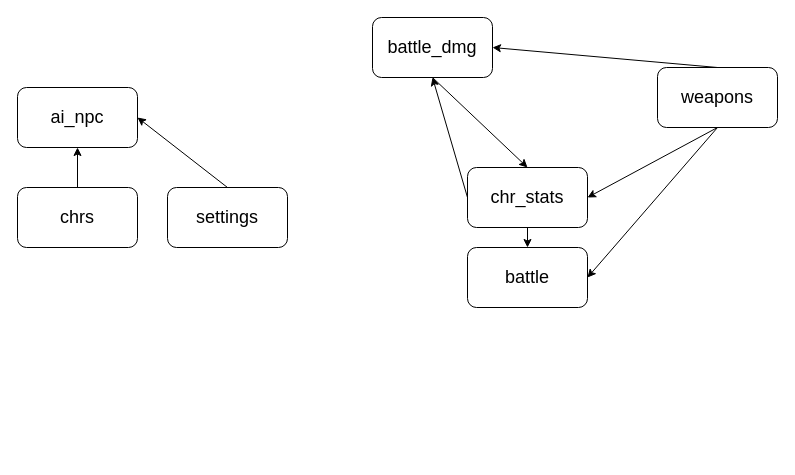
cbarraza815029/ai-txt-advn keeps this draw.io diagram as Py Module Interaction Diagram.drawio. Above is the earlier version. Source tidied: cells renumbered, new cells numbered last; positions are measured from the earlier drawing's top-left corner, leaving out a move shared by most shapes. Both pictures are drawn from the tidied source at 100%, with x=0, y=0 at pixel (17, 17).
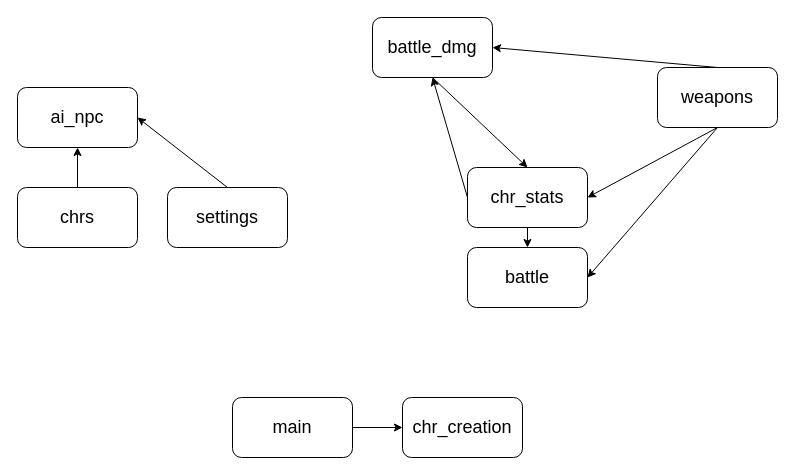
The same diagram, later.

Change to the diagram source:
```diff
@@
 <mxGraphModel>
   <root>
     <mxCell id="0" />
     <mxCell id="1" parent="0" />
     <mxCell id="2" value="&lt;font style=&quot;font-size: 18px;&quot;&gt;ai_npc&lt;/font&gt;" style="rounded=1;whiteSpace=wrap;html=1;" parent="1" vertex="1">
       <mxGeometry y="70" width="120" height="60" as="geometry" />
     </mxCell>
     <mxCell id="3" value="&lt;font style=&quot;font-size: 18px;&quot;&gt;battle&lt;/font&gt;" style="rounded=1;whiteSpace=wrap;html=1;" parent="1" vertex="1">
       <mxGeometry x="450" y="230" width="120" height="60" as="geometry" />
     </mxCell>
     <mxCell id="4" value="&lt;font style=&quot;font-size: 18px;&quot;&gt;chrs&lt;/font&gt;" style="rounded=1;whiteSpace=wrap;html=1;" parent="1" vertex="1">
       <mxGeometry y="170" width="120" height="60" as="geometry" />
     </mxCell>
     <mxCell id="5" value="&lt;font style=&quot;font-size: 18px;&quot;&gt;battle_dmg&lt;/font&gt;" style="rounded=1;whiteSpace=wrap;html=1;" parent="1" vertex="1">
       <mxGeometry x="355" width="120" height="60" as="geometry" />
     </mxCell>
     <mxCell id="6" value="&lt;font style=&quot;font-size: 18px;&quot;&gt;weapons&lt;/font&gt;" style="rounded=1;whiteSpace=wrap;html=1;" parent="1" vertex="1">
       <mxGeometry x="640" y="50" width="120" height="60" as="geometry" />
     </mxCell>
     <mxCell id="7" value="&lt;font style=&quot;font-size: 18px;&quot;&gt;chr_stats&lt;/font&gt;" style="rounded=1;whiteSpace=wrap;html=1;" parent="1" vertex="1">
       <mxGeometry x="450" y="150" width="120" height="60" as="geometry" />
     </mxCell>
     <mxCell id="8" value="&lt;font style=&quot;font-size: 18px;&quot;&gt;settings&lt;/font&gt;" style="rounded=1;whiteSpace=wrap;html=1;" parent="1" vertex="1">
       <mxGeometry x="150" y="170" width="120" height="60" as="geometry" />
     </mxCell>
     <mxCell id="9" style="endArrow=classic;html=1;rounded=0;entryX=0.5;entryY=1;entryDx=0;entryDy=0;" parent="1" edge="1" source="4" target="2">
       <mxGeometry relative="1" as="geometry" />
     </mxCell>
     <mxCell id="10" style="endArrow=classic;html=1;rounded=0;exitX=0.5;exitY=1;exitDx=0;exitDy=0;entryX=0.5;entryY=0;entryDx=0;entryDy=0;" parent="1" edge="1" source="5" target="7">
       <mxGeometry relative="1" as="geometry" />
     </mxCell>
     <mxCell id="11" style="endArrow=classic;html=1;rounded=0;exitX=0.5;exitY=1;exitDx=0;exitDy=0;" parent="1" edge="1" source="7" target="3">
       <mxGeometry relative="1" as="geometry" />
     </mxCell>
     <mxCell id="12" style="endArrow=classic;html=1;rounded=0;exitX=0.5;exitY=1;exitDx=0;exitDy=0;entryX=1;entryY=0.5;entryDx=0;entryDy=0;" parent="1" edge="1" source="6" target="7">
       <mxGeometry relative="1" as="geometry" />
     </mxCell>
     <mxCell id="13" style="endArrow=classic;html=1;rounded=0;exitX=0.5;exitY=0;exitDx=0;exitDy=0;entryX=1;entryY=0.5;entryDx=0;entryDy=0;" parent="1" edge="1" source="6" target="5">
       <mxGeometry relative="1" as="geometry" />
     </mxCell>
     <mxCell id="14" style="endArrow=classic;html=1;rounded=0;entryX=1;entryY=0.5;entryDx=0;entryDy=0;exitX=0.5;exitY=1;exitDx=0;exitDy=0;" parent="1" edge="1" source="6" target="3">
       <mxGeometry relative="1" as="geometry" />
     </mxCell>
     <mxCell id="15" style="endArrow=classic;html=1;rounded=0;exitX=0;exitY=0.5;exitDx=0;exitDy=0;entryX=0.5;entryY=1;entryDx=0;entryDy=0;" parent="1" edge="1" source="7" target="5">
       <mxGeometry relative="1" as="geometry" />
     </mxCell>
     <mxCell id="16" style="endArrow=classic;html=1;rounded=0;exitX=0.5;exitY=0;exitDx=0;exitDy=0;entryX=1;entryY=0.5;entryDx=0;entryDy=0;" parent="1" edge="1" source="8" target="2">
       <mxGeometry relative="1" as="geometry" />
     </mxCell>
+    <mxCell id="17" value="&lt;font style=&quot;font-size: 18px;&quot;&gt;main&lt;/font&gt;" style="rounded=1;whiteSpace=wrap;html=1;" parent="1" vertex="1">
+      <mxGeometry x="215" y="380" width="120" height="60" as="geometry" />
+    </mxCell>
+    <mxCell id="18" value="&lt;font style=&quot;font-size: 18px;&quot;&gt;chr_creation&lt;/font&gt;" style="rounded=1;whiteSpace=wrap;html=1;" parent="1" vertex="1">
+      <mxGeometry x="385" y="380" width="120" height="60" as="geometry" />
+    </mxCell>
+    <mxCell id="19" style="endArrow=classic;html=1;rounded=0;exitX=1;exitY=0.5;exitDx=0;exitDy=0;entryX=0;entryY=0.5;entryDx=0;entryDy=0;" parent="1" edge="1" source="17" target="18">
+      <mxGeometry relative="1" as="geometry" />
+    </mxCell>
   </root>
 </mxGraphModel>
```
